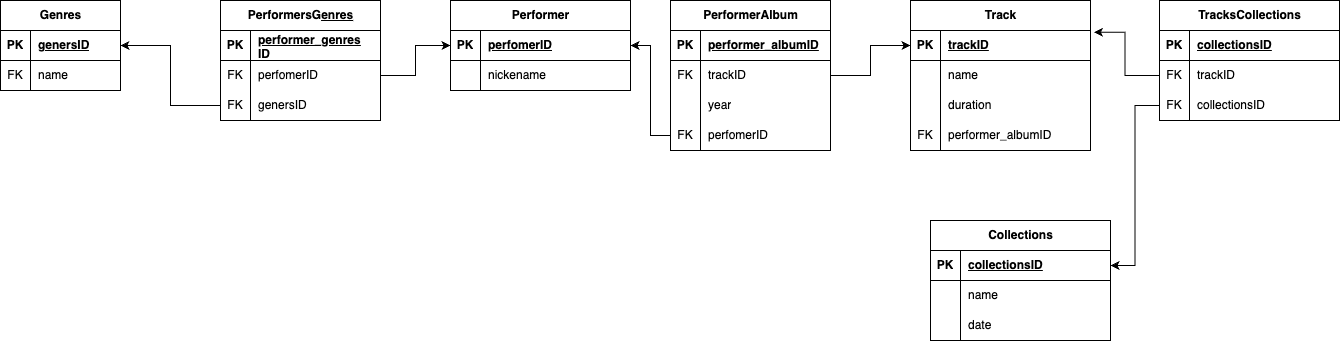
Before: Диаграмма без названия.drawio.png, a diagram exported from draw.io (OAzamat/diagram_2). Source tidied: cells renumbered, new cells last; positions are measured from the earlier drawing's top-left corner, leaving out a move shared by most shapes.
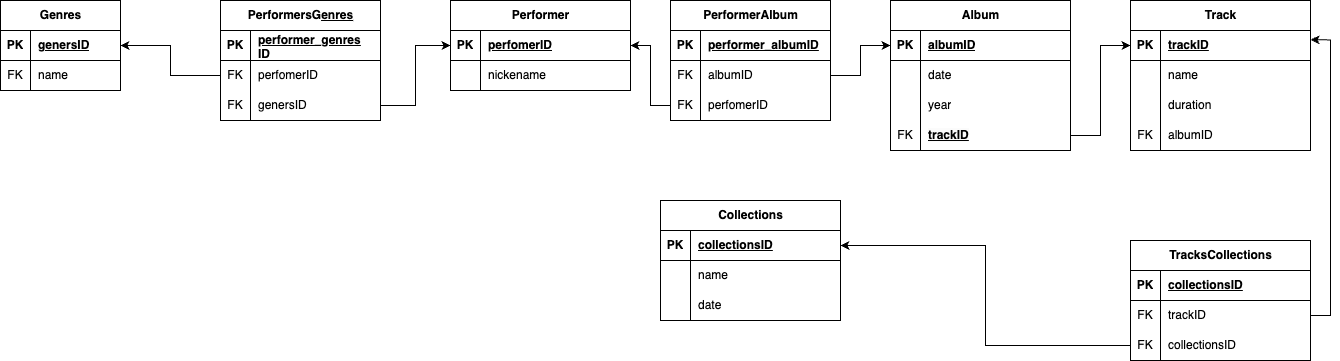
Later version of the same file.

The edit, as a diff of the source:
```diff
@@ -45,7 +45,7 @@
       <mxGeometry x="30" width="150" height="30" as="geometry" />
     </mxCell>
     <mxCell id="16" value="PerformerAlbum" style="shape=table;startSize=30;rowLines=0;fontStyle=1;align=center;html=1;" parent="1" vertex="1">
-      <mxGeometry x="670" width="160" height="150" as="geometry" />
+      <mxGeometry x="670" width="160" height="120" as="geometry" />
     </mxCell>
     <mxCell id="17" style="shape=tableRow;horizontal=0;startSize=0;swimlaneHead=0;swimlaneBody=0;fillColor=none;top=0;left=0;right=0;bottom=1;" parent="16" vertex="1">
       <mxGeometry y="30" width="160" height="30" as="geometry" />
@@ -62,29 +62,59 @@
     <mxCell id="21" value="FK" style="shape=partialRectangle;fillColor=none;top=0;left=0;bottom=0;right=0;overflow=hidden;whiteSpace=wrap;html=1;" parent="20" vertex="1">
       <mxGeometry width="30" height="30" as="geometry" />
     </mxCell>
-    <mxCell id="22" value="trackID" style="shape=partialRectangle;fillColor=none;top=0;left=0;bottom=0;right=0;align=left;spacingLeft=6;overflow=hidden;whiteSpace=wrap;html=1;" parent="20" vertex="1">
+    <mxCell id="22" value="albumID" style="shape=partialRectangle;fillColor=none;top=0;left=0;bottom=0;right=0;align=left;spacingLeft=6;overflow=hidden;whiteSpace=wrap;html=1;" parent="20" vertex="1">
       <mxGeometry x="30" width="130" height="30" as="geometry" />
     </mxCell>
     <mxCell id="23" style="shape=tableRow;horizontal=0;startSize=0;swimlaneHead=0;swimlaneBody=0;fillColor=none;points=[[0,0.5],[1,0.5]];portConstraint=eastwest;top=0;left=0;right=0;bottom=0;" parent="16" vertex="1">
       <mxGeometry y="90" width="160" height="30" as="geometry" />
     </mxCell>
-    <mxCell id="24" style="shape=partialRectangle;fillColor=none;top=0;left=0;bottom=0;right=0;overflow=hidden;whiteSpace=wrap;html=1;" parent="23" vertex="1">
+    <mxCell id="24" value="FK" style="shape=partialRectangle;fillColor=none;top=0;left=0;bottom=0;right=0;overflow=hidden;whiteSpace=wrap;html=1;" parent="23" vertex="1">
       <mxGeometry width="30" height="30" as="geometry" />
     </mxCell>
-    <mxCell id="25" value="year" style="shape=partialRectangle;fillColor=none;top=0;left=0;bottom=0;right=0;align=left;spacingLeft=6;overflow=hidden;whiteSpace=wrap;html=1;" parent="23" vertex="1">
+    <mxCell id="25" value="perfomerID" style="shape=partialRectangle;fillColor=none;top=0;left=0;bottom=0;right=0;align=left;spacingLeft=6;overflow=hidden;whiteSpace=wrap;html=1;" parent="23" vertex="1">
       <mxGeometry x="30" width="130" height="30" as="geometry" />
     </mxCell>
-    <mxCell id="26" style="shape=tableRow;horizontal=0;startSize=0;swimlaneHead=0;swimlaneBody=0;fillColor=none;points=[[0,0.5],[1,0.5]];portConstraint=eastwest;top=0;left=0;right=0;bottom=0;" parent="16" vertex="1">
-      <mxGeometry y="120" width="160" height="30" as="geometry" />
-    </mxCell>
+    <mxCell id="78" value="Album" style="shape=table;startSize=30;rowLines=0;fontStyle=1;align=center;html=1;" parent="1" vertex="1">
+      <mxGeometry x="890" width="180" height="150" as="geometry" />
+    </mxCell>
+    <mxCell id="79" style="shape=tableRow;horizontal=0;startSize=0;swimlaneHead=0;swimlaneBody=0;fillColor=none;points=[[0,0.5],[1,0.5]];portConstraint=eastwest;top=0;left=0;right=0;bottom=1;" parent="78" vertex="1">
+      <mxGeometry y="30" width="180" height="30" as="geometry" />
+    </mxCell>
+    <mxCell id="80" value="PK" style="shape=partialRectangle;fillColor=none;top=0;left=0;bottom=0;right=0;fontStyle=1;overflow=hidden;whiteSpace=wrap;html=1;" parent="79" vertex="1">
+      <mxGeometry width="30" height="30" as="geometry" />
+    </mxCell>
+    <mxCell id="81" value="albumID" style="shape=partialRectangle;fillColor=none;top=0;left=0;bottom=0;right=0;align=left;spacingLeft=6;fontStyle=5;overflow=hidden;whiteSpace=wrap;html=1;" parent="79" vertex="1">
+      <mxGeometry x="30" width="150" height="30" as="geometry" />
+    </mxCell>
+    <mxCell id="82" style="shape=tableRow;horizontal=0;startSize=0;swimlaneHead=0;swimlaneBody=0;fillColor=none;top=0;left=0;right=0;bottom=0;" parent="78" vertex="1">
+      <mxGeometry y="60" width="180" height="30" as="geometry" />
+    </mxCell>
+    <mxCell id="83" style="shape=partialRectangle;fillColor=none;top=0;left=0;bottom=0;right=0;overflow=hidden;whiteSpace=wrap;html=1;" parent="82" vertex="1">
+      <mxGeometry width="30" height="30" as="geometry" />
+    </mxCell>
+    <mxCell id="84" value="date" style="shape=partialRectangle;fillColor=none;top=0;left=0;bottom=0;right=0;align=left;spacingLeft=6;overflow=hidden;whiteSpace=wrap;html=1;" parent="82" vertex="1">
+      <mxGeometry x="30" width="150" height="30" as="geometry" />
+    </mxCell>
+    <mxCell id="85" style="shape=tableRow;horizontal=0;startSize=0;swimlaneHead=0;swimlaneBody=0;fillColor=none;top=0;left=0;right=0;bottom=0;" parent="78" vertex="1">
+      <mxGeometry y="90" width="180" height="30" as="geometry" />
+    </mxCell>
+    <mxCell id="86" style="shape=partialRectangle;fillColor=none;top=0;left=0;bottom=0;right=0;overflow=hidden;whiteSpace=wrap;html=1;" parent="85" vertex="1">
+      <mxGeometry width="30" height="30" as="geometry" />
+    </mxCell>
+    <mxCell id="87" value="year" style="shape=partialRectangle;fillColor=none;top=0;left=0;bottom=0;right=0;align=left;spacingLeft=6;overflow=hidden;whiteSpace=wrap;html=1;" parent="85" vertex="1">
+      <mxGeometry x="30" width="150" height="30" as="geometry" />
+    </mxCell>
+    <mxCell id="88" style="shape=tableRow;horizontal=0;startSize=0;swimlaneHead=0;swimlaneBody=0;fillColor=none;points=[[0,0.5],[1,0.5]];portConstraint=eastwest;top=0;left=0;right=0;bottom=0;" parent="78" vertex="1">
+      <mxGeometry y="120" width="180" height="30" as="geometry" />
+    </mxCell>
-    <mxCell id="27" value="FK" style="shape=partialRectangle;fillColor=none;top=0;left=0;bottom=0;right=0;overflow=hidden;whiteSpace=wrap;html=1;" parent="26" vertex="1">
+    <mxCell id="27" value="FK" style="shape=partialRectangle;fillColor=none;top=0;left=0;bottom=0;right=0;overflow=hidden;whiteSpace=wrap;html=1;" parent="88" vertex="1">
       <mxGeometry width="30" height="30" as="geometry" />
     </mxCell>
-    <mxCell id="28" value="perfomerID" style="shape=partialRectangle;fillColor=none;top=0;left=0;bottom=0;right=0;align=left;spacingLeft=6;overflow=hidden;whiteSpace=wrap;html=1;" parent="26" vertex="1">
-      <mxGeometry x="30" width="130" height="30" as="geometry" />
-    </mxCell>
+    <mxCell id="89" value="&lt;meta charset=&quot;utf-8&quot;&gt;&lt;span style=&quot;color: rgb(0, 0, 0); font-family: Helvetica; font-size: 12px; font-style: normal; font-variant-ligatures: normal; font-variant-caps: normal; font-weight: 700; letter-spacing: normal; orphans: 2; text-align: left; text-indent: 0px; text-transform: none; widows: 2; word-spacing: 0px; -webkit-text-stroke-width: 0px; background-color: rgb(251, 251, 251); text-decoration: underline; float: none; display: inline !important;&quot;&gt;trackID&lt;/span&gt;" style="shape=partialRectangle;fillColor=none;top=0;left=0;bottom=0;right=0;align=left;spacingLeft=6;overflow=hidden;whiteSpace=wrap;html=1;fontStyle=1;" parent="88" vertex="1">
+      <mxGeometry x="30" width="150" height="30" as="geometry" />
+    </mxCell>
     <mxCell id="29" value="Track" style="shape=table;startSize=30;rowLines=0;fontStyle=1;align=center;html=1;" parent="1" vertex="1">
-      <mxGeometry x="910" width="180" height="150" as="geometry" />
+      <mxGeometry x="1130" width="180" height="150" as="geometry" />
     </mxCell>
     <mxCell id="30" style="shape=tableRow;horizontal=0;startSize=0;swimlaneHead=0;swimlaneBody=0;fillColor=none;points=[[0,0.5],[1,0.5]];portConstraint=eastwest;top=0;left=0;right=0;bottom=1;" parent="29" vertex="1">
       <mxGeometry y="30" width="180" height="30" as="geometry" />
@@ -119,11 +149,17 @@
     <mxCell id="40" value="FK" style="shape=partialRectangle;fillColor=none;top=0;left=0;bottom=0;right=0;overflow=hidden;whiteSpace=wrap;html=1;" parent="39" vertex="1">
       <mxGeometry width="30" height="30" as="geometry" />
     </mxCell>
-    <mxCell id="41" value="performer_albumID" style="shape=partialRectangle;fillColor=none;top=0;left=0;bottom=0;right=0;align=left;spacingLeft=6;overflow=hidden;whiteSpace=wrap;html=1;" parent="39" vertex="1">
+    <mxCell id="41" value="albumID" style="shape=partialRectangle;fillColor=none;top=0;left=0;bottom=0;right=0;align=left;spacingLeft=6;overflow=hidden;whiteSpace=wrap;html=1;" parent="39" vertex="1">
       <mxGeometry x="30" width="150" height="30" as="geometry" />
     </mxCell>
+    <mxCell id="90" style="edgeStyle=orthogonalEdgeStyle;rounded=0;jettySize=auto;html=1;exitX=0;exitY=0.5;exitDx=0;exitDy=0;entryX=1;entryY=0.5;entryDx=0;entryDy=0;" parent="1" edge="1" source="23" target="10">
+      <mxGeometry relative="1" as="geometry" />
+    </mxCell>
+    <mxCell id="91" style="edgeStyle=orthogonalEdgeStyle;rounded=0;jettySize=auto;html=1;exitX=1;exitY=0.5;exitDx=0;exitDy=0;" parent="1" edge="1" source="20" target="79">
+      <mxGeometry relative="1" as="geometry" />
+    </mxCell>
     <mxCell id="42" value="Collections" style="shape=table;startSize=30;rowLines=0;fontStyle=1;align=center;html=1;" parent="1" vertex="1">
-      <mxGeometry x="930" y="220" width="180" height="120" as="geometry" />
+      <mxGeometry x="660" y="200" width="180" height="120" as="geometry" />
     </mxCell>
     <mxCell id="43" style="shape=tableRow;horizontal=0;startSize=0;swimlaneHead=0;swimlaneBody=0;fillColor=none;points=[[0,0.5],[1,0.5]];portConstraint=eastwest;top=0;left=0;right=0;bottom=1;" parent="42" vertex="1">
       <mxGeometry y="30" width="180" height="30" as="geometry" />
@@ -153,7 +189,7 @@
       <mxGeometry x="30" width="150" height="30" as="geometry" />
     </mxCell>
     <mxCell id="52" value="TracksCollections" style="shape=table;startSize=30;rowLines=0;fontStyle=1;align=center;html=1;" parent="1" vertex="1">
-      <mxGeometry x="1159" width="180" height="120" as="geometry" />
+      <mxGeometry x="1130" y="240" width="180" height="120" as="geometry" />
     </mxCell>
     <mxCell id="53" style="shape=tableRow;horizontal=0;startSize=0;swimlaneHead=0;swimlaneBody=0;fillColor=none;top=0;left=0;right=0;bottom=1;" parent="52" vertex="1">
       <mxGeometry y="30" width="180" height="30" as="geometry" />
@@ -185,6 +221,9 @@
     <mxCell id="62" style="edgeStyle=orthogonalEdgeStyle;rounded=0;jettySize=auto;html=1;exitX=0;exitY=0.5;exitDx=0;exitDy=0;" parent="1" edge="1" source="59" target="43">
       <mxGeometry relative="1" as="geometry" />
     </mxCell>
+    <mxCell id="73" style="edgeStyle=orthogonalEdgeStyle;rounded=0;jettySize=auto;html=1;exitX=1;exitY=0.5;exitDx=0;exitDy=0;entryX=1;entryY=0.309;entryDx=0;entryDy=0;entryPerimeter=0;" parent="1" edge="1" source="56" target="30">
+      <mxGeometry relative="1" as="geometry" />
+    </mxCell>
     <mxCell id="63" value="PerformersG&lt;span style=&quot;text-align: left; text-decoration-line: underline;&quot;&gt;enres&lt;/span&gt;" style="shape=table;startSize=30;rowLines=0;fontStyle=1;align=center;html=1;" parent="1" vertex="1">
       <mxGeometry x="220" width="160" height="120" as="geometry" />
     </mxCell>
@@ -215,20 +254,14 @@
     <mxCell id="72" value="genersID" style="shape=partialRectangle;fillColor=none;top=0;left=0;bottom=0;right=0;align=left;spacingLeft=6;overflow=hidden;whiteSpace=wrap;html=1;" parent="70" vertex="1">
       <mxGeometry x="30" width="130" height="30" as="geometry" />
     </mxCell>
-    <mxCell id="73" style="edgeStyle=orthogonalEdgeStyle;rounded=0;jettySize=auto;html=1;exitX=0;exitY=0.5;exitDx=0;exitDy=0;entryX=1.019;entryY=0.056;entryDx=0;entryDy=0;entryPerimeter=0;" parent="1" edge="1" source="56" target="30">
-      <mxGeometry relative="1" as="geometry" />
-    </mxCell>
-    <mxCell id="74" style="edgeStyle=orthogonalEdgeStyle;rounded=0;jettySize=auto;html=1;entryX=0;entryY=0.5;entryDx=0;entryDy=0;" parent="1" edge="1" source="20" target="30">
-      <mxGeometry relative="1" as="geometry" />
-    </mxCell>
-    <mxCell id="75" style="edgeStyle=orthogonalEdgeStyle;rounded=0;jettySize=auto;html=1;exitX=1;exitY=0.5;exitDx=0;exitDy=0;entryX=0;entryY=0.5;entryDx=0;entryDy=0;" parent="1" edge="1" source="67" target="10">
-      <mxGeometry relative="1" as="geometry" />
-    </mxCell>
-    <mxCell id="76" style="edgeStyle=orthogonalEdgeStyle;rounded=0;jettySize=auto;html=1;exitX=0;exitY=0.5;exitDx=0;exitDy=0;entryX=1;entryY=0.5;entryDx=0;entryDy=0;" parent="1" edge="1" source="70" target="3">
-      <mxGeometry relative="1" as="geometry" />
-    </mxCell>
-    <mxCell id="77" style="edgeStyle=orthogonalEdgeStyle;rounded=0;jettySize=auto;html=1;exitX=0;exitY=0.5;exitDx=0;exitDy=0;entryX=1;entryY=0.5;entryDx=0;entryDy=0;" parent="1" edge="1" source="26" target="10">
-      <mxGeometry relative="1" as="geometry" />
-    </mxCell>
+    <mxCell id="92" style="edgeStyle=orthogonalEdgeStyle;rounded=0;jettySize=auto;html=1;exitX=1;exitY=0.5;exitDx=0;exitDy=0;entryX=0;entryY=0.5;entryDx=0;entryDy=0;" parent="1" edge="1" source="70" target="10">
+      <mxGeometry relative="1" as="geometry" />
+    </mxCell>
+    <mxCell id="93" style="edgeStyle=orthogonalEdgeStyle;rounded=0;jettySize=auto;html=1;exitX=0;exitY=0.5;exitDx=0;exitDy=0;entryX=1;entryY=0.5;entryDx=0;entryDy=0;" parent="1" edge="1" source="67" target="3">
+      <mxGeometry relative="1" as="geometry" />
+    </mxCell>
+    <mxCell id="94" style="edgeStyle=orthogonalEdgeStyle;rounded=0;jettySize=auto;html=1;exitX=1;exitY=0.5;exitDx=0;exitDy=0;entryX=0;entryY=0.5;entryDx=0;entryDy=0;" parent="1" edge="1" source="88" target="30">
+      <mxGeometry relative="1" as="geometry" />
+    </mxCell>
   </root>
 </mxGraphModel>
```
